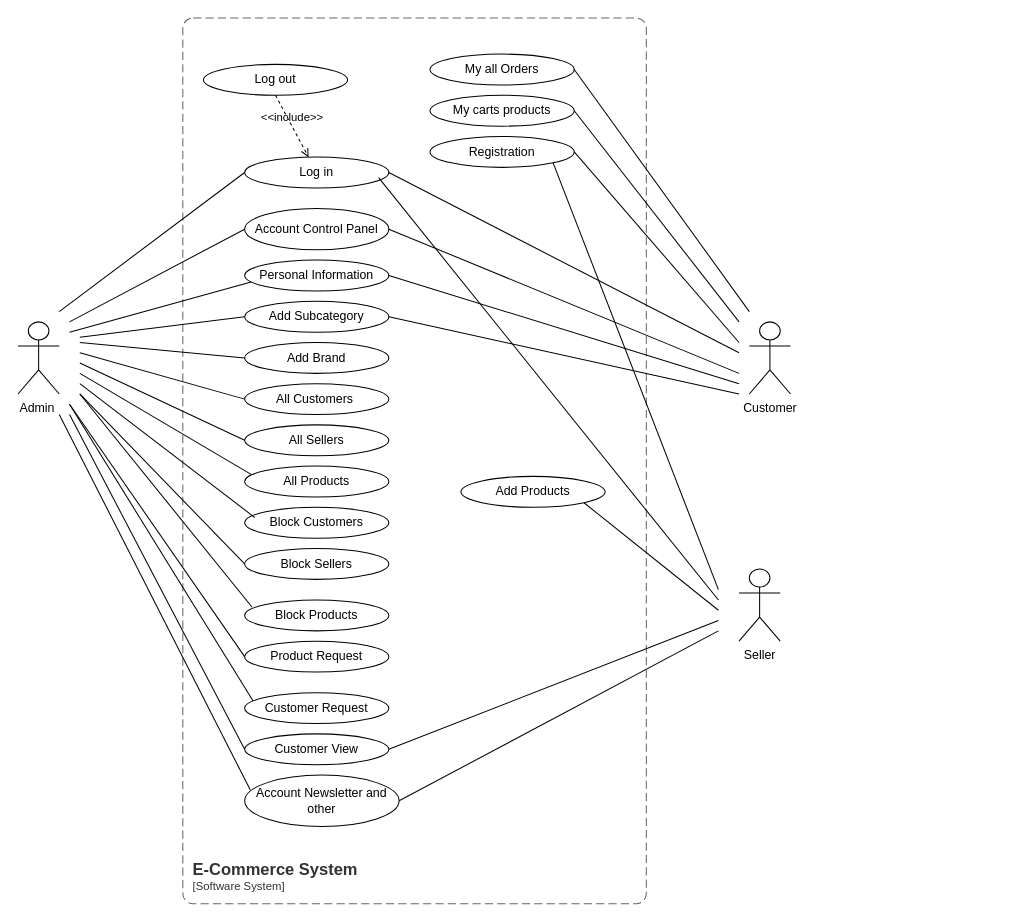
Nasrinjaha/Click-Collect keeps this draw.io diagram as Use Case Diagram.drawio. Above is the earlier version. Source tidied: cells renumbered, new cells numbered last; positions are measured from the earlier drawing's top-left corner, leaving out a move shared by most shapes. Both pictures are drawn from the tidied source at 103%, with x=0, y=0 at pixel (18, 18).
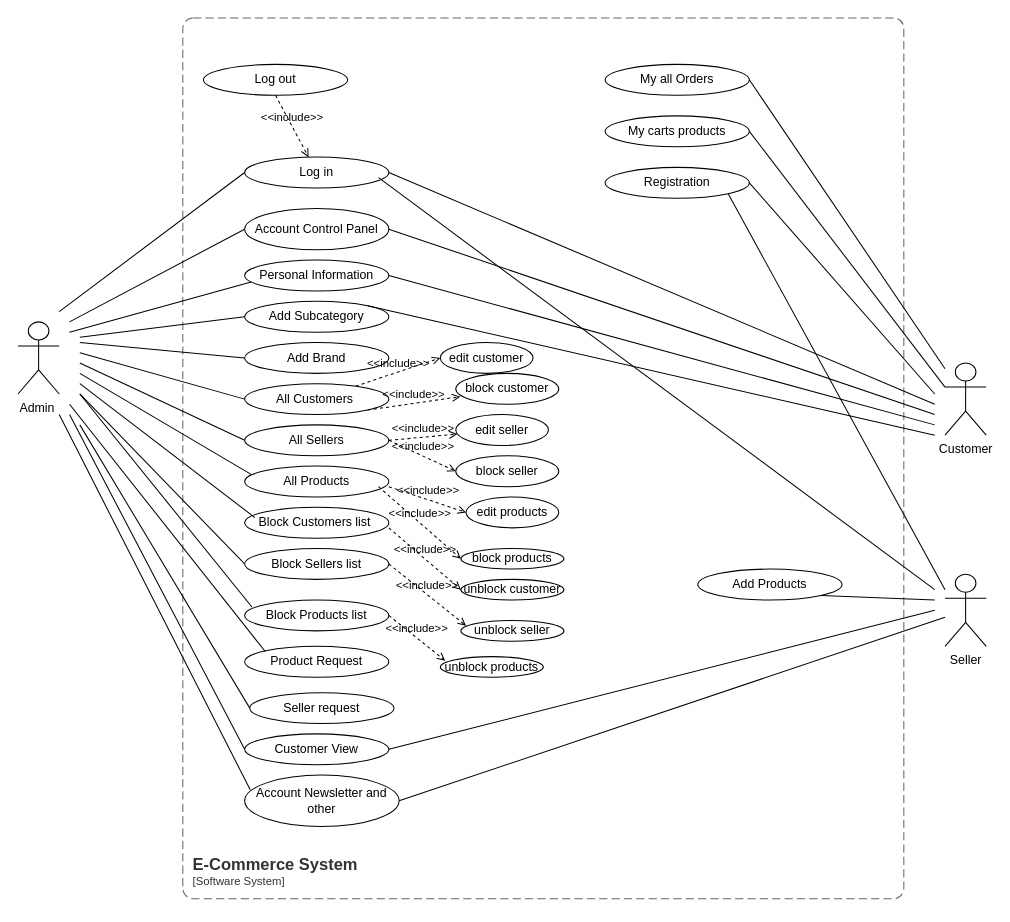
The same diagram, later.

Unchanged cells that the change refers to:
```xml
<mxCell id="5" value="Account Control Panel" style="ellipse;whiteSpace=wrap;html=1;" parent="1" vertex="1">
  <mxGeometry x="220" y="185" width="140" height="40" as="geometry" />
</mxCell>
<mxCell id="6" value="Personal Information" style="ellipse;whiteSpace=wrap;html=1;" parent="1" vertex="1">
  <mxGeometry x="220" y="235" width="140" height="30" as="geometry" />
</mxCell>
<mxCell id="7" value="Add Subcategory" style="ellipse;whiteSpace=wrap;html=1;" parent="1" vertex="1">
  <mxGeometry x="220" y="275" width="140" height="30" as="geometry" />
</mxCell>
<mxCell id="9" value="All Customers&amp;nbsp;" style="ellipse;whiteSpace=wrap;html=1;" parent="1" vertex="1">
  <mxGeometry x="220" y="355" width="140" height="30" as="geometry" />
</mxCell>
<mxCell id="10" value="All Sellers" style="ellipse;whiteSpace=wrap;html=1;" parent="1" vertex="1">
  <mxGeometry x="220" y="395" width="140" height="30" as="geometry" />
</mxCell>
<mxCell id="17" value="Customer View" style="ellipse;whiteSpace=wrap;html=1;" parent="1" vertex="1">
  <mxGeometry x="220" y="695" width="140" height="30" as="geometry" />
</mxCell>
<mxCell id="18" value="Account Newsletter and other" style="ellipse;whiteSpace=wrap;html=1;" parent="1" vertex="1">
  <mxGeometry x="220" y="735" width="150" height="50" as="geometry" />
</mxCell>
<mxCell id="20" value="Log in" style="ellipse;whiteSpace=wrap;html=1;" parent="1" vertex="1">
  <mxGeometry x="220" y="135" width="140" height="30" as="geometry" />
</mxCell>
```

Change to the diagram source:
```diff
@@
     <mxCell id="3" value="Customer" style="shape=umlActor;html=1;verticalLabelPosition=bottom;verticalAlign=top;align=center;" parent="1" vertex="1">
-      <mxGeometry x="710" y="295" width="40" height="70" as="geometry" />
+      <mxGeometry x="900" y="335" width="40" height="70" as="geometry" />
     </mxCell>
     <object id="4" label="&lt;font style=&quot;font-size: 16px&quot;&gt;&lt;b&gt;&lt;div style=&quot;text-align: left&quot;&gt;%c4Name%&lt;/div&gt;&lt;/b&gt;&lt;/font&gt;&lt;div style=&quot;text-align: left&quot;&gt;[%c4Application%]&lt;/div&gt;" c4Application="Software System" c4Name="E-Commerce System" placeholders="1">
       <mxCell style="rounded=1;fontSize=11;whiteSpace=wrap;html=1;dashed=1;arcSize=20;fillColor=none;strokeColor=#666666;fontColor=#333333;labelBackgroundColor=none;align=left;verticalAlign=bottom;labelBorderColor=none;spacingTop=0;spacing=10;dashPattern=8 4;perimeter=rectanglePerimeter;noLabel=0;labelPadding=0;absoluteArcSize=1;" parent="1" vertex="1">
-        <mxGeometry x="160" width="450" height="860" as="geometry" />
+        <mxGeometry x="160" width="700" height="855" as="geometry" />
       </mxCell>
     </object>
@@
-    <mxCell id="12" value="Block Customers" style="ellipse;whiteSpace=wrap;html=1;" parent="1" vertex="1">
+    <mxCell id="12" value="Block Customers list&amp;nbsp;" style="ellipse;whiteSpace=wrap;html=1;" parent="1" vertex="1">
       <mxGeometry x="220" y="475" width="140" height="30" as="geometry" />
     </mxCell>
-    <mxCell id="13" value="Block Products" style="ellipse;whiteSpace=wrap;html=1;" parent="1" vertex="1">
+    <mxCell id="13" value="Block Products list" style="ellipse;whiteSpace=wrap;html=1;" parent="1" vertex="1">
       <mxGeometry x="220" y="565" width="140" height="30" as="geometry" />
     </mxCell>
-    <mxCell id="14" value="Block Sellers" style="ellipse;whiteSpace=wrap;html=1;" parent="1" vertex="1">
+    <mxCell id="14" value="Block Sellers list" style="ellipse;whiteSpace=wrap;html=1;" parent="1" vertex="1">
       <mxGeometry x="220" y="515" width="140" height="30" as="geometry" />
     </mxCell>
     <mxCell id="15" value="Product Request" style="ellipse;whiteSpace=wrap;html=1;" parent="1" vertex="1">
-      <mxGeometry x="220" y="605" width="140" height="30" as="geometry" />
+      <mxGeometry x="220" y="610" width="140" height="30" as="geometry" />
     </mxCell>
-    <mxCell id="16" value="Customer Request" style="ellipse;whiteSpace=wrap;html=1;" parent="1" vertex="1">
-      <mxGeometry x="220" y="655" width="140" height="30" as="geometry" />
-    </mxCell>
@@
     <mxCell id="19" value="Registration" style="ellipse;whiteSpace=wrap;html=1;" parent="1" vertex="1">
-      <mxGeometry x="400" y="115" width="140" height="30" as="geometry" />
+      <mxGeometry x="570" y="145" width="140" height="30" as="geometry" />
     </mxCell>
@@
-    <mxCell id="33" style="edgeStyle=none;html=1;endArrow=none;verticalAlign=bottom;rounded=0;entryX=0;entryY=0.5;entryDx=0;entryDy=0;" parent="1" edge="1" target="15">
+    <mxCell id="33" style="edgeStyle=none;html=1;endArrow=none;verticalAlign=bottom;rounded=0;" parent="1" edge="1">
       <mxGeometry relative="1" as="geometry">
         <mxPoint x="50" y="375" as="sourcePoint" />
+        <mxPoint x="240" y="615" as="targetPoint" />
       </mxGeometry>
     </mxCell>
-    <mxCell id="34" style="edgeStyle=none;html=1;endArrow=none;verticalAlign=bottom;rounded=0;exitX=0.059;exitY=0.268;exitDx=0;exitDy=0;exitPerimeter=0;" parent="1" edge="1" source="16">
-      <mxGeometry relative="1" as="geometry">
-        <mxPoint x="50" y="375" as="targetPoint" />
-      </mxGeometry>
-    </mxCell>
@@
     <mxCell id="37" style="edgeStyle=none;html=1;endArrow=none;verticalAlign=bottom;rounded=0;exitX=1;exitY=0.5;exitDx=0;exitDy=0;" parent="1" edge="1" source="19">
       <mxGeometry relative="1" as="geometry">
-        <mxPoint x="700" y="315" as="targetPoint" />
+        <mxPoint x="890" y="365" as="targetPoint" />
       </mxGeometry>
     </mxCell>
     <mxCell id="38" style="edgeStyle=none;html=1;endArrow=none;verticalAlign=bottom;rounded=0;exitX=1;exitY=0.5;exitDx=0;exitDy=0;" parent="1" edge="1" source="20">
       <mxGeometry relative="1" as="geometry">
-        <mxPoint x="700" y="325" as="targetPoint" />
+        <mxPoint x="890" y="375" as="targetPoint" />
       </mxGeometry>
     </mxCell>
     <mxCell id="39" style="edgeStyle=none;html=1;endArrow=none;verticalAlign=bottom;rounded=0;exitX=1;exitY=0.5;exitDx=0;exitDy=0;" parent="1" edge="1" source="5">
       <mxGeometry relative="1" as="geometry">
-        <mxPoint x="700" y="345" as="targetPoint" />
+        <mxPoint x="890" y="385" as="targetPoint" />
       </mxGeometry>
     </mxCell>
     <mxCell id="40" style="edgeStyle=none;html=1;endArrow=none;verticalAlign=bottom;rounded=0;exitX=1;exitY=0.5;exitDx=0;exitDy=0;" parent="1" edge="1" source="6">
       <mxGeometry relative="1" as="geometry">
-        <mxPoint x="700" y="355" as="targetPoint" />
+        <mxPoint x="890" y="395" as="targetPoint" />
       </mxGeometry>
     </mxCell>
     <mxCell id="41" value="My all Orders" style="ellipse;whiteSpace=wrap;html=1;" parent="1" vertex="1">
-      <mxGeometry x="400" y="35" width="140" height="30" as="geometry" />
+      <mxGeometry x="570" y="45" width="140" height="30" as="geometry" />
     </mxCell>
     <mxCell id="42" value="My carts products" style="ellipse;whiteSpace=wrap;html=1;" parent="1" vertex="1">
-      <mxGeometry x="400" y="75" width="140" height="30" as="geometry" />
+      <mxGeometry x="570" y="95" width="140" height="30" as="geometry" />
     </mxCell>
-    <mxCell id="43" style="edgeStyle=none;html=1;endArrow=none;verticalAlign=bottom;rounded=0;exitX=1;exitY=0.5;exitDx=0;exitDy=0;" parent="1" edge="1" source="41">
-      <mxGeometry relative="1" as="geometry">
-        <mxPoint x="710" y="285" as="targetPoint" />
-      </mxGeometry>
+    <mxCell id="43" style="edgeStyle=none;html=1;endArrow=none;verticalAlign=bottom;rounded=0;exitX=1;exitY=0.5;exitDx=0;exitDy=0;" parent="1" edge="1" source="41" target="3">
+      <mxGeometry relative="1" as="geometry" />
     </mxCell>
-    <mxCell id="44" style="edgeStyle=none;html=1;endArrow=none;verticalAlign=bottom;rounded=0;exitX=1;exitY=0.5;exitDx=0;exitDy=0;" parent="1" edge="1" source="42">
-      <mxGeometry relative="1" as="geometry">
-        <mxPoint x="700" y="295" as="targetPoint" />
-      </mxGeometry>
+    <mxCell id="44" style="edgeStyle=none;html=1;endArrow=none;verticalAlign=bottom;rounded=0;exitX=1;exitY=0.5;exitDx=0;exitDy=0;entryX=0;entryY=0.3333333333333333;entryDx=0;entryDy=0;entryPerimeter=0;" parent="1" edge="1" source="42" target="3">
+      <mxGeometry relative="1" as="geometry" />
     </mxCell>
-    <mxCell id="45" style="edgeStyle=none;html=1;endArrow=none;verticalAlign=bottom;rounded=0;exitX=1;exitY=0.5;exitDx=0;exitDy=0;" parent="1" edge="1" source="7">
+    <mxCell id="45" style="edgeStyle=none;html=1;endArrow=none;verticalAlign=bottom;rounded=0;exitX=1;exitY=0;exitDx=0;exitDy=0;" parent="1" edge="1" source="7">
       <mxGeometry relative="1" as="geometry">
-        <mxPoint x="700" y="365" as="targetPoint" />
+        <mxPoint x="890" y="405" as="targetPoint" />
       </mxGeometry>
     </mxCell>
     <mxCell id="46" value="Seller" style="shape=umlActor;html=1;verticalLabelPosition=bottom;verticalAlign=top;align=center;" parent="1" vertex="1">
-      <mxGeometry x="700" y="535" width="40" height="70" as="geometry" />
+      <mxGeometry x="900" y="540" width="40" height="70" as="geometry" />
     </mxCell>
     <mxCell id="47" style="edgeStyle=none;html=1;endArrow=none;verticalAlign=bottom;rounded=0;exitX=1;exitY=1;exitDx=0;exitDy=0;" parent="1" edge="1" source="19">
       <mxGeometry relative="1" as="geometry">
-        <mxPoint x="680" y="555" as="targetPoint" />
-        <Array as="points">
-          <mxPoint x="680" y="555" />
-        </Array>
+        <mxPoint x="900" y="555" as="targetPoint" />
       </mxGeometry>
     </mxCell>
     <mxCell id="48" style="edgeStyle=none;html=1;endArrow=none;verticalAlign=bottom;rounded=0;exitX=0.929;exitY=0.667;exitDx=0;exitDy=0;exitPerimeter=0;" parent="1" edge="1" source="20">
       <mxGeometry relative="1" as="geometry">
-        <mxPoint x="680" y="565" as="targetPoint" />
+        <mxPoint x="890" y="555" as="targetPoint" />
       </mxGeometry>
     </mxCell>
@@
     <mxCell id="50" value="Add Products" style="ellipse;whiteSpace=wrap;html=1;" parent="1" vertex="1">
-      <mxGeometry x="430" y="445" width="140" height="30" as="geometry" />
+      <mxGeometry x="660" y="535" width="140" height="30" as="geometry" />
     </mxCell>
     <mxCell id="51" style="edgeStyle=none;html=1;endArrow=none;verticalAlign=bottom;rounded=0;exitX=1;exitY=1;exitDx=0;exitDy=0;" parent="1" edge="1" source="50">
       <mxGeometry relative="1" as="geometry">
-        <mxPoint x="680" y="575" as="targetPoint" />
+        <mxPoint x="890" y="565" as="targetPoint" />
       </mxGeometry>
     </mxCell>
     <mxCell id="52" style="edgeStyle=none;html=1;endArrow=none;verticalAlign=bottom;rounded=0;exitX=1;exitY=0.5;exitDx=0;exitDy=0;" parent="1" edge="1" source="17">
       <mxGeometry relative="1" as="geometry">
-        <mxPoint x="680" y="585" as="targetPoint" />
+        <mxPoint x="890" y="575" as="targetPoint" />
       </mxGeometry>
     </mxCell>
-    <mxCell id="53" style="edgeStyle=none;html=1;endArrow=none;verticalAlign=bottom;rounded=0;exitX=1;exitY=0.5;exitDx=0;exitDy=0;" parent="1" edge="1" source="18">
-      <mxGeometry relative="1" as="geometry">
-        <mxPoint x="680" y="595" as="targetPoint" />
-      </mxGeometry>
+    <mxCell id="53" style="edgeStyle=none;html=1;endArrow=none;verticalAlign=bottom;rounded=0;exitX=1;exitY=0.5;exitDx=0;exitDy=0;" parent="1" edge="1" source="18" target="46">
+      <mxGeometry relative="1" as="geometry" />
     </mxCell>
+    <mxCell id="54" value="edit customer" style="ellipse;whiteSpace=wrap;html=1;" parent="1" vertex="1">
+      <mxGeometry x="410" y="315" width="90" height="30" as="geometry" />
+    </mxCell>
+    <mxCell id="55" value="block customer" style="ellipse;whiteSpace=wrap;html=1;" parent="1" vertex="1">
+      <mxGeometry x="425" y="345" width="100" height="30" as="geometry" />
+    </mxCell>
+    <mxCell id="56" value="&amp;lt;&amp;lt;include&amp;gt;&amp;gt;" style="edgeStyle=none;html=1;endArrow=open;verticalAlign=bottom;dashed=1;labelBackgroundColor=none;rounded=0;entryX=0;entryY=0.5;entryDx=0;entryDy=0;" parent="1" edge="1" source="9" target="54">
+      <mxGeometry relative="1" as="geometry" />
+    </mxCell>
+    <mxCell id="57" value="&amp;lt;&amp;lt;include&amp;gt;&amp;gt;" style="edgeStyle=none;html=1;endArrow=open;verticalAlign=bottom;dashed=1;labelBackgroundColor=none;rounded=0;exitX=1;exitY=1;exitDx=0;exitDy=0;entryX=0.044;entryY=0.753;entryDx=0;entryDy=0;entryPerimeter=0;" parent="1" edge="1" source="9" target="55">
+      <mxGeometry relative="1" as="geometry" />
+    </mxCell>
+    <mxCell id="58" value="edit seller" style="ellipse;whiteSpace=wrap;html=1;" parent="1" vertex="1">
+      <mxGeometry x="425" y="385" width="90" height="30" as="geometry" />
+    </mxCell>
+    <mxCell id="59" value="block seller" style="ellipse;whiteSpace=wrap;html=1;" parent="1" vertex="1">
+      <mxGeometry x="425" y="425" width="100" height="30" as="geometry" />
+    </mxCell>
+    <mxCell id="60" value="block products" style="ellipse;whiteSpace=wrap;html=1;" parent="1" vertex="1">
+      <mxGeometry x="430" y="515" width="100" height="20" as="geometry" />
+    </mxCell>
+    <mxCell id="61" value="edit products" style="ellipse;whiteSpace=wrap;html=1;" parent="1" vertex="1">
+      <mxGeometry x="435" y="465" width="90" height="30" as="geometry" />
+    </mxCell>
+    <mxCell id="62" value="&amp;lt;&amp;lt;include&amp;gt;&amp;gt;" style="edgeStyle=none;html=1;endArrow=open;verticalAlign=bottom;dashed=1;labelBackgroundColor=none;rounded=0;exitX=1;exitY=0.5;exitDx=0;exitDy=0;" parent="1" edge="1" source="10" target="58">
+      <mxGeometry relative="1" as="geometry" />
+    </mxCell>
+    <mxCell id="63" value="&amp;lt;&amp;lt;include&amp;gt;&amp;gt;" style="edgeStyle=none;html=1;endArrow=open;verticalAlign=bottom;dashed=1;labelBackgroundColor=none;rounded=0;entryX=0;entryY=0.5;entryDx=0;entryDy=0;exitX=1;exitY=0.5;exitDx=0;exitDy=0;" parent="1" edge="1" source="10" target="59">
+      <mxGeometry relative="1" as="geometry" />
+    </mxCell>
+    <mxCell id="64" value="&amp;lt;&amp;lt;include&amp;gt;&amp;gt;" style="edgeStyle=none;html=1;endArrow=open;verticalAlign=bottom;dashed=1;labelBackgroundColor=none;rounded=0;entryX=0;entryY=0.5;entryDx=0;entryDy=0;" parent="1" edge="1" target="61">
+      <mxGeometry relative="1" as="geometry">
+        <mxPoint x="360" y="455" as="sourcePoint" />
+      </mxGeometry>
+    </mxCell>
+    <mxCell id="65" value="&amp;lt;&amp;lt;include&amp;gt;&amp;gt;" style="edgeStyle=none;html=1;endArrow=open;verticalAlign=bottom;dashed=1;labelBackgroundColor=none;rounded=0;entryX=0;entryY=0.5;entryDx=0;entryDy=0;" parent="1" edge="1" target="60">
+      <mxGeometry relative="1" as="geometry">
+        <mxPoint x="350" y="455" as="sourcePoint" />
+      </mxGeometry>
+    </mxCell>
+    <mxCell id="66" value="unblock products" style="ellipse;whiteSpace=wrap;html=1;" parent="1" vertex="1">
+      <mxGeometry x="410" y="620" width="100" height="20" as="geometry" />
+    </mxCell>
+    <mxCell id="67" value="unblock seller" style="ellipse;whiteSpace=wrap;html=1;" parent="1" vertex="1">
+      <mxGeometry x="430" y="585" width="100" height="20" as="geometry" />
+    </mxCell>
+    <mxCell id="68" value="unblock customer" style="ellipse;whiteSpace=wrap;html=1;" parent="1" vertex="1">
+      <mxGeometry x="430" y="545" width="100" height="20" as="geometry" />
+    </mxCell>
+    <mxCell id="69" value="&amp;lt;&amp;lt;include&amp;gt;&amp;gt;" style="edgeStyle=none;html=1;endArrow=open;verticalAlign=bottom;dashed=1;labelBackgroundColor=none;rounded=0;" parent="1" edge="1">
+      <mxGeometry relative="1" as="geometry">
+        <mxPoint x="360" y="495" as="sourcePoint" />
+        <mxPoint x="430" y="555" as="targetPoint" />
+      </mxGeometry>
+    </mxCell>
+    <mxCell id="70" value="&amp;lt;&amp;lt;include&amp;gt;&amp;gt;" style="edgeStyle=none;html=1;endArrow=open;verticalAlign=bottom;dashed=1;labelBackgroundColor=none;rounded=0;exitX=1;exitY=0.5;exitDx=0;exitDy=0;entryX=0.05;entryY=0.25;entryDx=0;entryDy=0;entryPerimeter=0;" parent="1" edge="1" source="14" target="67">
+      <mxGeometry relative="1" as="geometry" />
+    </mxCell>
+    <mxCell id="71" value="&amp;lt;&amp;lt;include&amp;gt;&amp;gt;" style="edgeStyle=none;html=1;endArrow=open;verticalAlign=bottom;dashed=1;labelBackgroundColor=none;rounded=0;entryX=0.048;entryY=0.2;entryDx=0;entryDy=0;exitX=1;exitY=0.5;exitDx=0;exitDy=0;entryPerimeter=0;" parent="1" edge="1" source="13" target="66">
+      <mxGeometry relative="1" as="geometry" />
+    </mxCell>
+    <mxCell id="72" value="Seller request" style="ellipse;whiteSpace=wrap;html=1;" parent="1" vertex="1">
+      <mxGeometry x="225" y="655" width="140" height="30" as="geometry" />
+    </mxCell>
+    <mxCell id="73" style="edgeStyle=none;html=1;endArrow=none;verticalAlign=bottom;rounded=0;entryX=0;entryY=0.5;entryDx=0;entryDy=0;" parent="1" edge="1" target="72">
+      <mxGeometry relative="1" as="geometry">
+        <mxPoint x="60" y="395" as="sourcePoint" />
+      </mxGeometry>
+    </mxCell>
```
